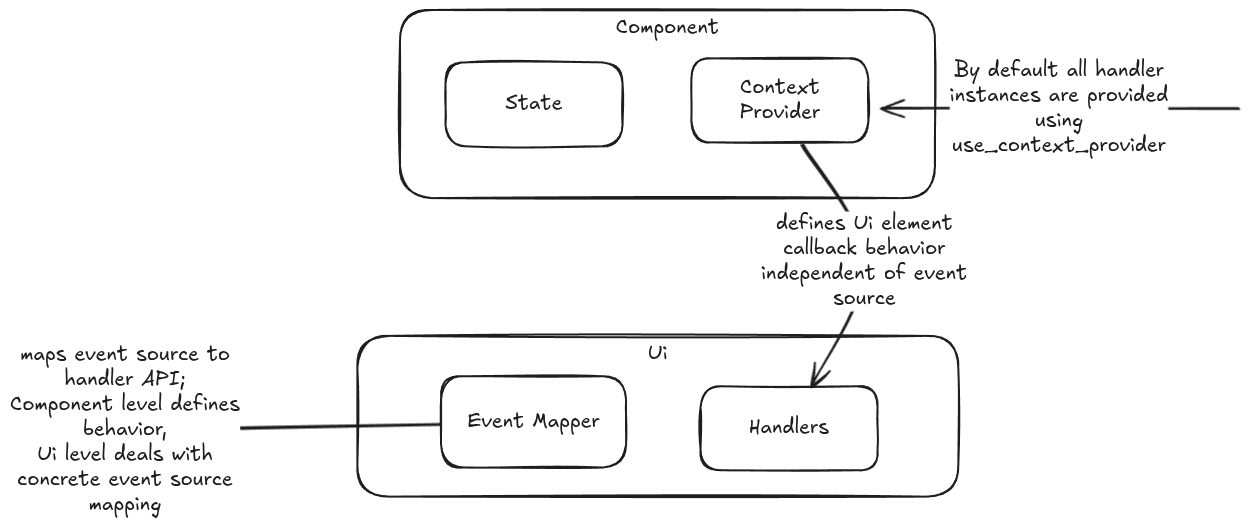
Earlier version of the Excalidraw export beetry-editor-frontend/docs/layers.excalidraw.png (skullim/beetry). Source tidied: one line per element, renumbered; positions are measured from the earlier drawing's top-left corner, leaving out a move shared by most shapes.
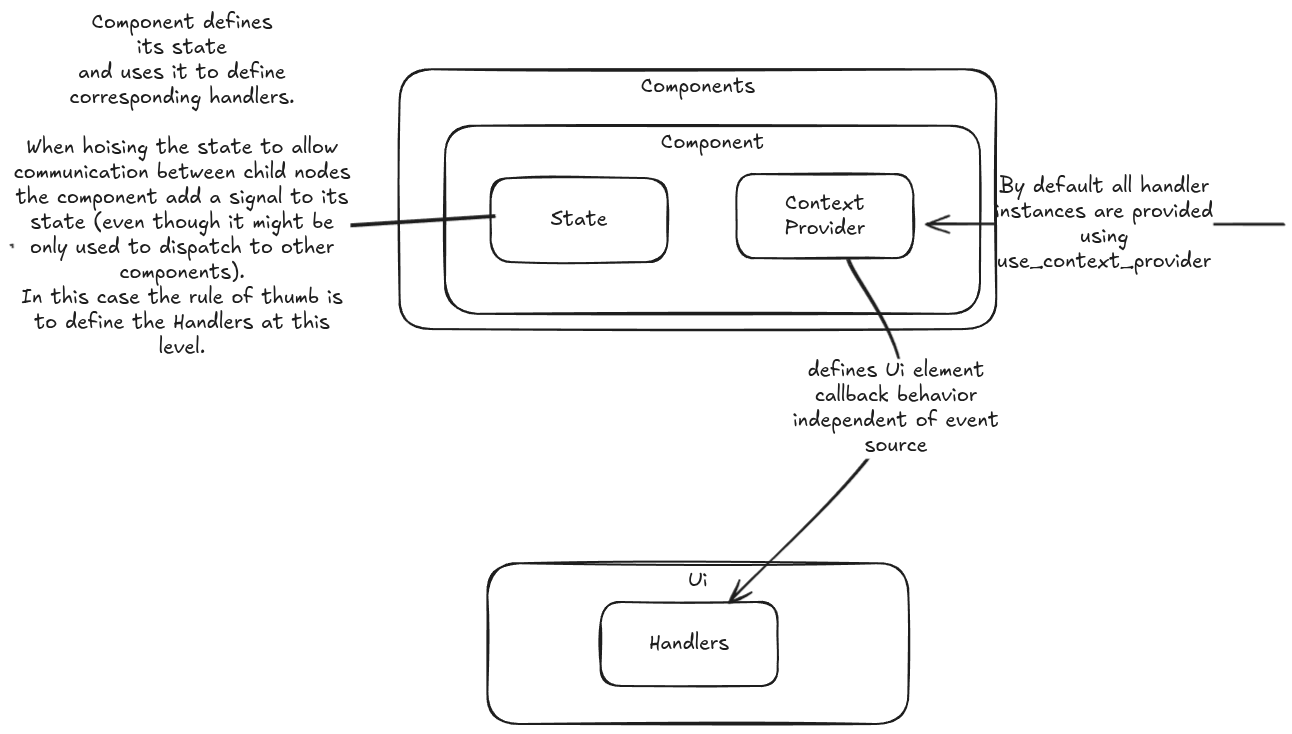
Later version of the same file.

Commit message:
Move sidebar component

Change to the diagram source:
```diff
@@ -1,18 +1,18 @@
 {"id": 0, "type": "rectangle", "strokeColor": "#1e1e1e", "strokeWidth": 2, "roughness": 1, "round": true, "x": 326, "y": 0, "width": 535, "height": 188}
 {"id": 1, "type": "text", "text": "Component", "strokeColor": "#1e1e1e", "strokeWidth": 2, "roughness": 1, "fontSize": 20, "fontFamily": 5, "textAlign": "center", "inside": 0, "x": 542, "y": 5, "width": 103, "height": 25}
+{"id": 4, "type": "rectangle", "strokeColor": "#1e1e1e", "strokeWidth": 2, "roughness": 1, "round": true, "x": 372, "y": 52, "width": 177, "height": 84}
+{"id": 5, "type": "text", "text": "State", "strokeColor": "#1e1e1e", "strokeWidth": 2, "roughness": 1, "fontSize": 20, "fontFamily": 5, "textAlign": "center", "verticalAlign": "middle", "inside": 4, "x": 432, "y": 82, "width": 57, "height": 25}
-{"id": 2, "type": "rectangle", "strokeColor": "#1e1e1e", "strokeWidth": 2, "roughness": 1, "round": true, "x": 284, "y": 326, "width": 601, "height": 161}
+{"id": 2, "type": "rectangle", "strokeColor": "#1e1e1e", "strokeWidth": 2, "roughness": 1, "round": true, "x": 369, "y": 438, "width": 421, "height": 161}
-{"id": 3, "type": "text", "text": "Ui", "strokeColor": "#1e1e1e", "strokeWidth": 2, "roughness": 1, "fontSize": 20, "fontFamily": 5, "textAlign": "center", "inside": 2, "x": 574, "y": 331, "width": 19, "height": 25}
+{"id": 3, "type": "text", "text": "Ui", "strokeColor": "#1e1e1e", "strokeWidth": 2, "roughness": 1, "fontSize": 20, "fontFamily": 5, "textAlign": "center", "inside": 2, "x": 569, "y": 443, "width": 19, "height": 25}
-{"id": 4, "type": "rectangle", "strokeColor": "#1e1e1e", "strokeWidth": 2, "roughness": 1, "round": true, "x": 372, "y": 52, "width": 177, "height": 84}
-{"id": 5, "type": "text", "text": "State", "strokeColor": "#1e1e1e", "strokeWidth": 2, "roughness": 1, "fontSize": 20, "fontFamily": 5, "textAlign": "center", "verticalAlign": "middle", "inside": 4, "x": 432, "y": 82, "width": 57, "height": 25}
-{"id": 6, "type": "rectangle", "strokeColor": "#1e1e1e", "strokeWidth": 2, "roughness": 1, "round": true, "x": 627, "y": 376, "width": 177, "height": 84}
+{"id": 6, "type": "rectangle", "strokeColor": "#1e1e1e", "strokeWidth": 2, "roughness": 1, "round": true, "x": 482, "y": 476, "width": 177, "height": 84}
-{"id": 7, "type": "text", "text": "Handlers", "strokeColor": "#1e1e1e", "strokeWidth": 2, "roughness": 1, "fontSize": 20, "fontFamily": 5, "textAlign": "center", "verticalAlign": "middle", "inside": 6, "x": 675, "y": 406, "width": 80, "height": 25}
+{"id": 7, "type": "text", "text": "Handlers", "strokeColor": "#1e1e1e", "strokeWidth": 2, "roughness": 1, "fontSize": 20, "fontFamily": 5, "textAlign": "center", "verticalAlign": "middle", "inside": 6, "x": 530, "y": 506, "width": 80, "height": 25}
-{"id": 8, "type": "rectangle", "strokeColor": "#1e1e1e", "strokeWidth": 2, "roughness": 1, "round": true, "x": 367, "y": 366, "width": 185, "height": 91}
-{"id": 9, "type": "text", "text": "Event Mapper", "strokeColor": "#1e1e1e", "strokeWidth": 2, "roughness": 1, "fontSize": 20, "fontFamily": 5, "textAlign": "center", "verticalAlign": "middle", "inside": 8, "x": 394, "y": 399, "width": 132, "height": 25}
-{"id": 10, "type": "arrow", "strokeColor": "#1e1e1e", "strokeWidth": 2, "roughness": 1, "round": true, "to": 8, "x": 0, "y": 432, "width": 365, "height": 18, "points": [[0, 0], [51, -12], [365, -18]]}
-{"id": 11, "type": "text", "text": "maps event source to\nhandler API;\nComponent level defines\nbehavior,\nUi level deals with\nconcrete event source\nmapping", "strokeColor": "#1e1e1e", "strokeWidth": 2, "roughness": 1, "fontSize": 20, "fontFamily": 5, "textAlign": "center", "verticalAlign": "middle", "inside": 10, "x": 212, "y": 472, "width": 230, "height": 175}
 {"id": 12, "type": "arrow", "strokeColor": "#1e1e1e", "strokeWidth": 2, "roughness": 1, "endArrowhead": "arrow", "round": true, "to": 14, "x": 1163, "y": 98, "width": 356, "height": 0, "points": [[0, 0], [-356, 0]]}
 {"id": 13, "type": "text", "text": "By default all handler\ninstances are provided\nusing\nuse_context_provider", "strokeColor": "#1e1e1e", "strokeWidth": 2, "roughness": 1, "fontSize": 20, "fontFamily": 5, "textAlign": "center", "verticalAlign": "middle", "inside": 12, "x": 876, "y": 48, "width": 218, "height": 100}
 {"id": 14, "type": "rectangle", "strokeColor": "#1e1e1e", "strokeWidth": 2, "roughness": 1, "round": true, "x": 618, "y": 48, "width": 177, "height": 84}
 {"id": 15, "type": "text", "text": "Context\nProvider", "strokeColor": "#1e1e1e", "strokeWidth": 2, "roughness": 1, "fontSize": 20, "fontFamily": 5, "textAlign": "center", "verticalAlign": "middle", "inside": 14, "x": 666, "y": 65, "width": 81, "height": 50}
-{"id": 16, "type": "arrow", "strokeColor": "#1e1e1e", "strokeWidth": 2, "roughness": 1, "endArrowhead": "arrow", "round": true, "from": 14, "to": 6, "x": 727, "y": 134, "width": 63, "height": 242, "points": [[0, 0], [63, 118], [9, 242]]}
+{"id": 16, "type": "arrow", "strokeColor": "#1e1e1e", "strokeWidth": 2, "roughness": 1, "endArrowhead": "arrow", "round": true, "from": 14, "to": 6, "x": 727, "y": 133, "width": 170, "height": 343, "points": [[0, 0], [50, 150], [-119, 343]]}
 {"id": 17, "type": "text", "text": "defines Ui element\ncallback behavior\nindependent of event\nsource", "strokeColor": "#1e1e1e", "strokeWidth": 2, "roughness": 1, "fontSize": 20, "fontFamily": 5, "textAlign": "center", "verticalAlign": "middle", "inside": 16, "x": 687, "y": 201, "width": 206, "height": 100}
+{"id": 18, "type": "arrow", "strokeColor": "#1e1e1e", "strokeWidth": 2, "roughness": 1, "round": true, "to": 4, "x": -108, "y": 119, "width": 483, "height": 30, "points": [[0, 0], [172, -10], [483, -30]]}
+{"id": 19, "type": "text", "text": "Component defines\nits state\nand uses it to define\ncorresponding handlers.\n\nWhen hoising the state to allow\ncommunication between child nodes\nthe component add a signal to its\nstate (even though it might be\nonly used to dispatch to other\ncomponents).\nIn this case the rule of thumb is\nto define the Handlers at this\nlevel.\n\n\n\n", "strokeColor": "#1e1e1e", "strokeWidth": 2, "roughness": 1, "fontSize": 20, "fontFamily": 5, "textAlign": "center", "verticalAlign": "middle", "inside": 18, "x": -105, "y": -116, "width": 337, "height": 450}
+{"id": 20, "type": "rectangle", "strokeColor": "#1e1e1e", "strokeWidth": 2, "roughness": 1, "round": true, "x": 281, "y": -56, "width": 597, "height": 260}
+{"id": 21, "type": "text", "text": "Components", "strokeColor": "#1e1e1e", "strokeWidth": 2, "roughness": 1, "fontSize": 20, "fontFamily": 5, "textAlign": "center", "inside": 20, "x": 522, "y": -51, "width": 114, "height": 25}
```
